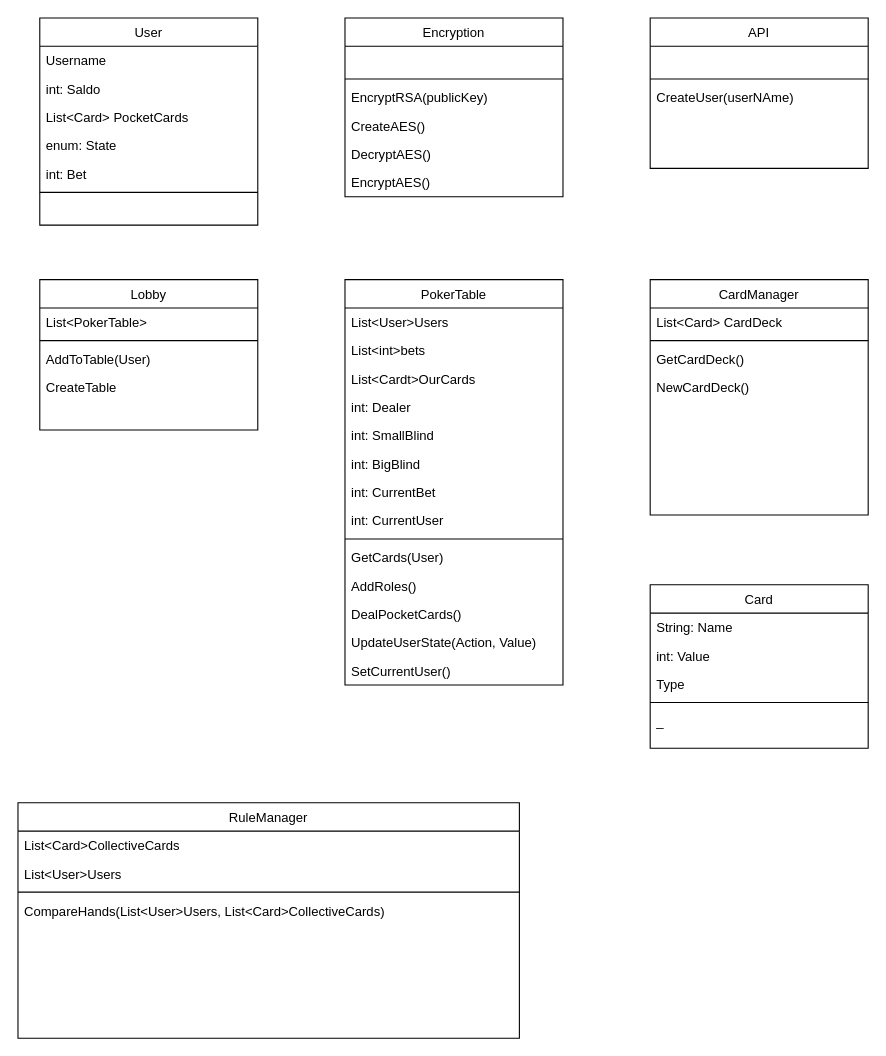
Earlier version of the draw.io diagram Dokumentation/Klasse Diagram.drawio (AndreasBollNielsen/PinkLadiesPoker_GameEngine). Source tidied: cells renumbered, new cells numbered last; positions are measured from the earlier drawing's top-left corner, leaving out a move shared by most shapes. Both pictures are drawn from the tidied source at 109%, with x=0, y=0 at pixel (17, 17).
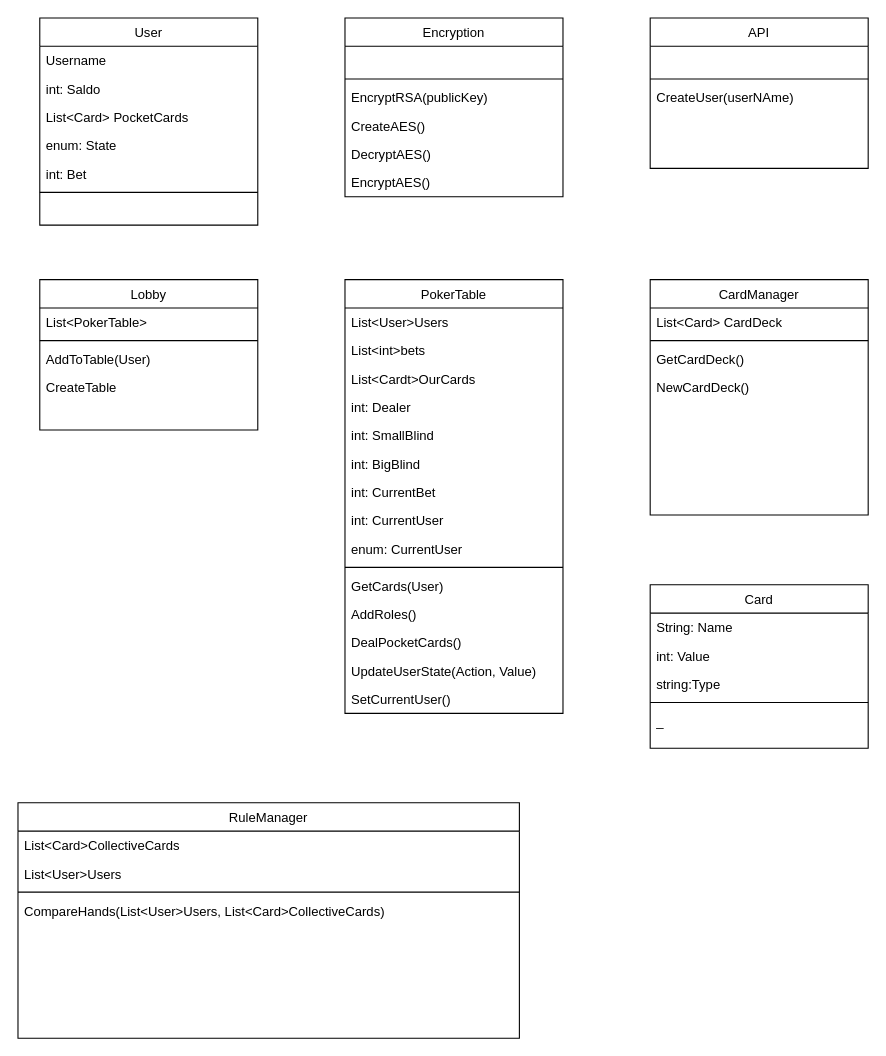
The same diagram, later.

Commit message (it also covers changes not shown here):
Class diagram updated

Unchanged cells that the change refers to:
```xml
<mxCell id="14" value="Card" style="swimlane;fontStyle=0;align=center;verticalAlign=top;horizontal=1;startSize=26;rounded=0;shadow=0;strokeWidth=1;" parent="1" vertex="1">
  <mxGeometry x="580" y="520" width="200" height="150" as="geometry" />
</mxCell>
```

The edit, as a diff of the source:
```diff
@@
-    <mxCell id="17" value="Type" style="text;align=left;verticalAlign=top;spacingLeft=4;spacingRight=4;overflow=hidden;rounded=0;shadow=0;html=0;" parent="14" vertex="1">
+    <mxCell id="17" value="string:Type" style="text;align=left;verticalAlign=top;spacingLeft=4;spacingRight=4;overflow=hidden;rounded=0;shadow=0;html=0;" parent="14" vertex="1">
       <mxGeometry y="78" width="200" height="26" as="geometry" />
     </mxCell>
@@
     <mxCell id="29" value="PokerTable" style="swimlane;fontStyle=0;align=center;verticalAlign=top;horizontal=1;startSize=26;rounded=0;shadow=0;strokeWidth=1;" parent="1" vertex="1">
-      <mxGeometry x="300" y="240" width="200" height="372" as="geometry" />
+      <mxGeometry x="300" y="240" width="200" height="398" as="geometry" />
     </mxCell>
@@
+    <mxCell id="57" value="enum: CurrentUser" style="text;align=left;verticalAlign=top;spacingLeft=4;spacingRight=4;overflow=hidden;" parent="29" vertex="1">
+      <mxGeometry y="234" width="200" height="26" as="geometry" />
+    </mxCell>
     <mxCell id="38" style="line;html=1;strokeWidth=1;align=left;verticalAlign=middle;spacingTop=-1;spacingLeft=3;spacingRight=3;labelPosition=right;" parent="29" vertex="1">
-      <mxGeometry y="234" width="200" height="8" as="geometry" />
+      <mxGeometry y="260" width="200" height="8" as="geometry" />
     </mxCell>
     <mxCell id="39" value="GetCards(User)" style="text;align=left;verticalAlign=top;spacingLeft=4;spacingRight=4;overflow=hidden;" parent="29" vertex="1">
-      <mxGeometry y="242" width="200" height="26" as="geometry" />
+      <mxGeometry y="268" width="200" height="26" as="geometry" />
     </mxCell>
     <mxCell id="40" value="AddRoles()" style="text;align=left;verticalAlign=top;spacingLeft=4;spacingRight=4;overflow=hidden;" parent="29" vertex="1">
-      <mxGeometry y="268" width="200" height="26" as="geometry" />
+      <mxGeometry y="294" width="200" height="26" as="geometry" />
     </mxCell>
     <mxCell id="41" value="DealPocketCards()" style="text;align=left;verticalAlign=top;spacingLeft=4;spacingRight=4;overflow=hidden;" parent="29" vertex="1">
-      <mxGeometry y="294" width="200" height="26" as="geometry" />
+      <mxGeometry y="320" width="200" height="26" as="geometry" />
     </mxCell>
     <mxCell id="42" value="UpdateUserState(Action, Value)" style="text;align=left;verticalAlign=top;spacingLeft=4;spacingRight=4;overflow=hidden;" parent="29" vertex="1">
-      <mxGeometry y="320" width="200" height="26" as="geometry" />
+      <mxGeometry y="346" width="200" height="26" as="geometry" />
     </mxCell>
     <mxCell id="43" value="SetCurrentUser()" style="text;align=left;verticalAlign=top;spacingLeft=4;spacingRight=4;overflow=hidden;" parent="29" vertex="1">
-      <mxGeometry y="346" width="200" height="26" as="geometry" />
+      <mxGeometry y="372" width="200" height="26" as="geometry" />
     </mxCell>
```
